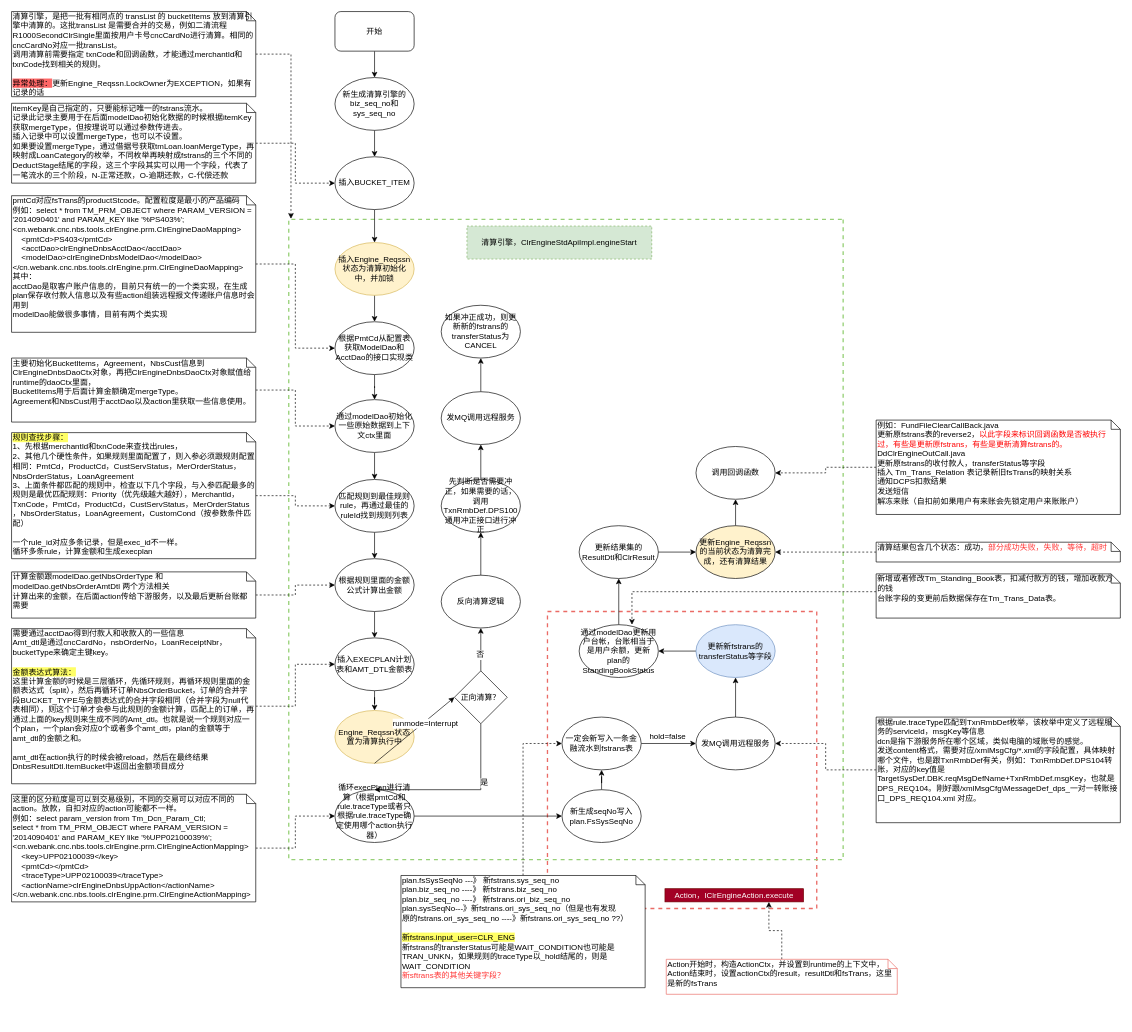
Before: 清算引擎.drawio in staconfree/design, a draw.io diagram. Source tidied: cells renumbered, new cells numbered last; positions are measured from the earlier drawing's top-left corner, leaving out a move shared by most shapes. Both pictures are drawn from the tidied source at 66%, with x=0, y=0 at pixel (11, 11).
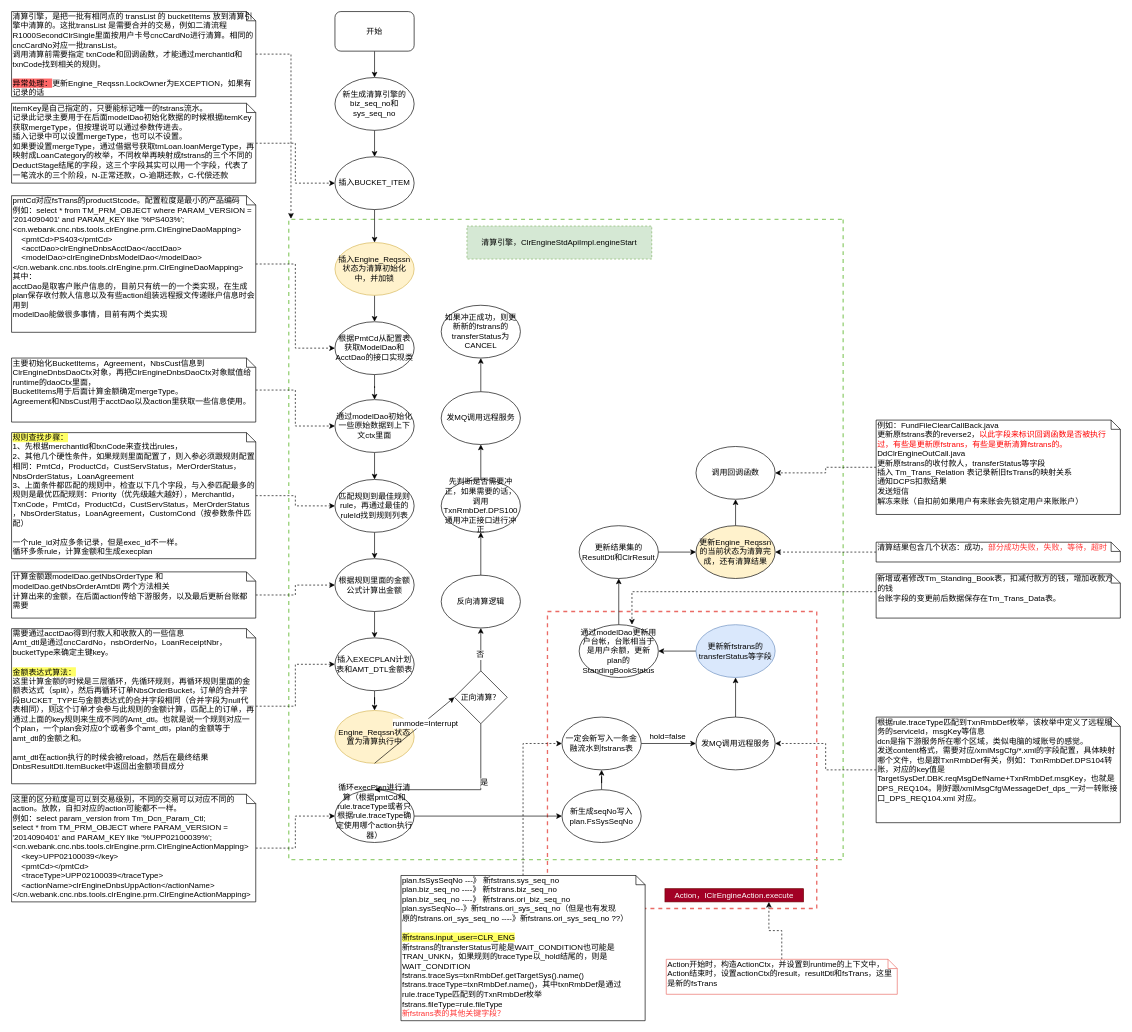
Above is the later version.

Commit message:
更新清算引擎.drawio

Diff of the diagram source:
```diff
@@
-    <mxCell id="35" value="&lt;div&gt;plan.fsSysSeqNo ---》 新fstrans.sys_seq_no &lt;br&gt;&lt;/div&gt;&lt;div&gt;plan.biz_seq_no ----》 新fstrans.biz_seq_no&lt;/div&gt;&lt;div&gt;plan.biz_seq_no ----》 新fstrans.ori_biz_seq_no&lt;/div&gt;&lt;div&gt;plan.sysSeqNo---》新fstrans.ori_sys_seq_no（但是也有发现&lt;br&gt;原的fstrans.ori_sys_seq_no ----》新fstrans.ori_sys_seq_no ??）&lt;br&gt;&lt;/div&gt;&lt;div&gt;&lt;br&gt;&lt;/div&gt;&lt;div&gt;&lt;span style=&quot;background-color: rgb(255 , 255 , 102)&quot;&gt;新fstrans.input_user=CLR_ENG&lt;/span&gt;&lt;br&gt;新fstrans的transferStatus可能是WAIT_CONDITION也可能是TRAN_UNKN，如果规则的traceType以_hold结尾的，则是WAIT_CONDITION&lt;/div&gt;&lt;div&gt;&lt;font color=&quot;#FF3333&quot;&gt;新sftrans表的其他关键字段？&lt;/font&gt;&lt;br&gt;&lt;/div&gt;" style="shape=note;whiteSpace=wrap;html=1;size=14;verticalAlign=top;align=left;spacingTop=-6;" parent="1" vertex="1">
-      <mxGeometry x="590" y="1309" width="370" height="170" as="geometry" />
+    <mxCell id="35" value="&lt;div&gt;plan.fsSysSeqNo ---》 新fstrans.sys_seq_no &lt;br&gt;&lt;/div&gt;&lt;div&gt;plan.biz_seq_no ----》 新fstrans.biz_seq_no&lt;/div&gt;&lt;div&gt;plan.biz_seq_no ----》 新fstrans.ori_biz_seq_no&lt;/div&gt;&lt;div&gt;plan.sysSeqNo---》新fstrans.ori_sys_seq_no（但是也有发现&lt;br&gt;原的fstrans.ori_sys_seq_no ----》新fstrans.ori_sys_seq_no ??）&lt;br&gt;&lt;/div&gt;&lt;div&gt;&lt;br&gt;&lt;/div&gt;&lt;div&gt;&lt;span style=&quot;background-color: rgb(255 , 255 , 102)&quot;&gt;新fstrans.input_user=CLR_ENG&lt;/span&gt;&lt;br&gt;新fstrans的transferStatus可能是WAIT_CONDITION也可能是TRAN_UNKN，如果规则的traceType以_hold结尾的，则是WAIT_CONDITION&lt;/div&gt;&lt;div&gt;fstrans.traceSys=txnRmbDef.getTargetSys().name()&lt;/div&gt;&lt;div&gt;fstrans.traceType=txnRmbDef.name()，其中txnRmbDef是通过rule.traceType匹配到的TxnRmbDef枚举&lt;/div&gt;&lt;div&gt;fstrans.fileType=rule.fileType&lt;br&gt;&lt;/div&gt;&lt;div&gt;&lt;font color=&quot;#FF3333&quot;&gt;新fstrans表的其他关键字段？&lt;/font&gt;&lt;br&gt;&lt;/div&gt;" style="shape=note;whiteSpace=wrap;html=1;size=14;verticalAlign=top;align=left;spacingTop=-6;" parent="1" vertex="1">
+      <mxGeometry x="590" y="1309" width="370" height="220" as="geometry" />
     </mxCell>
```
